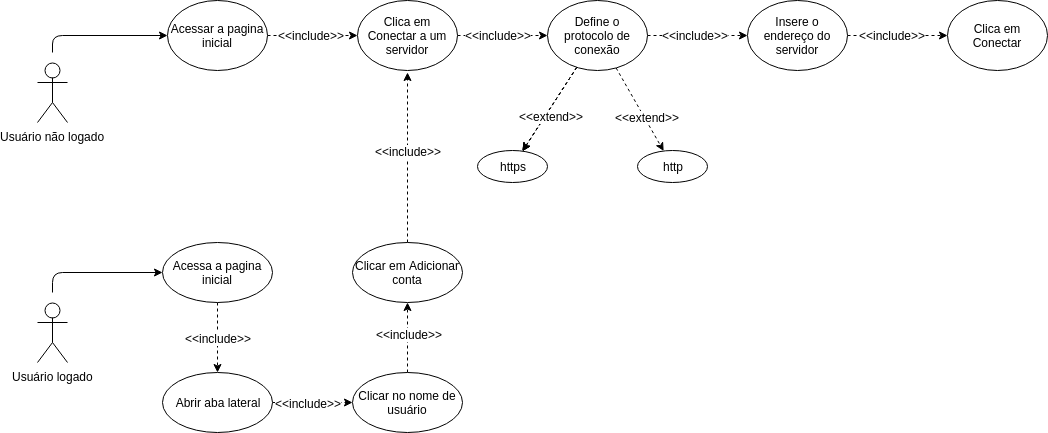
Earlier version of the draw.io export docs/img/Modelagem/conectar-servidor-v1.png (MarcosNBJ/2019.1-RocketChat). Source tidied: cells renumbered, new cells last; positions are measured from the earlier drawing's top-left corner, leaving out a move shared by most shapes. Its diagram source:
```xml
<mxGraphModel>
  <root>
    <mxCell id="0" />
    <mxCell id="1" parent="0" />
    <mxCell id="2" style="edgeStyle=orthogonalEdgeStyle;rounded=1;jettySize=auto;html=1;entryX=0;entryY=0.5;entryDx=0;entryDy=0;" parent="1" edge="1" target="6">
      <mxGeometry relative="1" as="geometry">
        <mxPoint x="15" y="52" as="sourcePoint" />
        <Array as="points">
          <mxPoint x="15" y="35" />
        </Array>
      </mxGeometry>
    </mxCell>
    <mxCell id="3" value="Usuário não logado" style="shape=umlActor;verticalLabelPosition=bottom;labelBackgroundColor=#ffffff;verticalAlign=top;html=1;" parent="1" vertex="1">
      <mxGeometry y="62" width="30" height="60" as="geometry" />
    </mxCell>
    <mxCell id="4" style="edgeStyle=orthogonalEdgeStyle;rounded=1;jettySize=auto;html=1;dashed=1;" parent="1" edge="1" source="6" target="9">
      <mxGeometry relative="1" as="geometry" />
    </mxCell>
    <mxCell id="5" value="&amp;lt;&amp;lt;include&amp;gt;&amp;gt;&lt;br&gt;" style="text;html=1;align=center;verticalAlign=middle;labelBackgroundColor=#ffffff;" parent="4" vertex="1">
      <mxGeometry x="-0.75" y="1" relative="1" as="geometry">
        <mxPoint x="32" as="offset" />
      </mxGeometry>
    </mxCell>
    <mxCell id="6" value="Acessar a pagina inicial" style="ellipse;whiteSpace=wrap;html=1;" parent="1" vertex="1">
      <mxGeometry x="130" width="100" height="70" as="geometry" />
    </mxCell>
    <mxCell id="7" style="edgeStyle=orthogonalEdgeStyle;rounded=1;jettySize=auto;html=1;dashed=1;" parent="1" edge="1" source="9" target="17">
      <mxGeometry relative="1" as="geometry" />
    </mxCell>
    <mxCell id="8" value="&amp;lt;&amp;lt;include&amp;gt;&amp;gt;" style="text;html=1;align=center;verticalAlign=middle;labelBackgroundColor=#ffffff;" parent="7" vertex="1">
      <mxGeometry x="-0.25" y="-1" relative="1" as="geometry">
        <mxPoint x="6" y="-2" as="offset" />
      </mxGeometry>
    </mxCell>
    <mxCell id="9" value="Clica em Conectar a um servidor" style="ellipse;whiteSpace=wrap;html=1;" parent="1" vertex="1">
      <mxGeometry x="320" width="100" height="70" as="geometry" />
    </mxCell>
    <mxCell id="10" style="rounded=1;jettySize=auto;html=1;dashed=1;" parent="1" edge="1" source="17" target="23">
      <mxGeometry relative="1" as="geometry" />
    </mxCell>
    <mxCell id="11" style="edgeStyle=none;rounded=1;jettySize=auto;html=1;dashed=1;" parent="1" edge="1" source="17" target="23">
      <mxGeometry relative="1" as="geometry" />
    </mxCell>
    <mxCell id="12" style="edgeStyle=none;rounded=1;jettySize=auto;html=1;dashed=1;" parent="1" edge="1" source="17" target="23">
      <mxGeometry relative="1" as="geometry" />
    </mxCell>
    <mxCell id="13" style="edgeStyle=none;rounded=1;jettySize=auto;html=1;dashed=1;" parent="1" edge="1" source="17" target="22">
      <mxGeometry relative="1" as="geometry" />
    </mxCell>
    <mxCell id="14" value="&amp;lt;&amp;lt;extend&amp;gt;&amp;gt;" style="text;html=1;align=center;verticalAlign=middle;labelBackgroundColor=#ffffff;" parent="13" vertex="1">
      <mxGeometry x="0.26" y="2" relative="1" as="geometry">
        <mxPoint x="-1" y="-2" as="offset" />
      </mxGeometry>
    </mxCell>
    <mxCell id="15" style="edgeStyle=none;rounded=1;jettySize=auto;html=1;dashed=1;" parent="1" edge="1" source="17" target="20">
      <mxGeometry relative="1" as="geometry" />
    </mxCell>
    <mxCell id="16" value="&amp;lt;&amp;lt;include&amp;gt;&amp;gt;" style="text;html=1;align=center;verticalAlign=middle;labelBackgroundColor=#ffffff;" parent="15" vertex="1">
      <mxGeometry x="-0.68" y="-1" relative="1" as="geometry">
        <mxPoint x="31" y="-2" as="offset" />
      </mxGeometry>
    </mxCell>
    <mxCell id="17" value="Define o protocolo de conexão" style="ellipse;whiteSpace=wrap;html=1;" parent="1" vertex="1">
      <mxGeometry x="510" width="100" height="70" as="geometry" />
    </mxCell>
    <mxCell id="18" style="edgeStyle=none;rounded=1;jettySize=auto;html=1;dashed=1;" parent="1" edge="1" source="20" target="21">
      <mxGeometry relative="1" as="geometry" />
    </mxCell>
    <mxCell id="19" value="&amp;lt;&amp;lt;include&amp;gt;&amp;gt;" style="text;html=1;align=center;verticalAlign=middle;labelBackgroundColor=#ffffff;" parent="18" vertex="1">
      <mxGeometry x="-0.38" y="1" relative="1" as="geometry">
        <mxPoint x="13" as="offset" />
      </mxGeometry>
    </mxCell>
    <mxCell id="20" value="Insere o endereço do servidor" style="ellipse;whiteSpace=wrap;html=1;" parent="1" vertex="1">
      <mxGeometry x="710" width="100" height="70" as="geometry" />
    </mxCell>
    <mxCell id="21" value="Clica em Conectar" style="ellipse;whiteSpace=wrap;html=1;" parent="1" vertex="1">
      <mxGeometry x="910" width="100" height="70" as="geometry" />
    </mxCell>
    <mxCell id="22" value="http" style="ellipse;whiteSpace=wrap;html=1;" parent="1" vertex="1">
      <mxGeometry x="600" y="150" width="70" height="32" as="geometry" />
    </mxCell>
    <mxCell id="23" value="https" style="ellipse;whiteSpace=wrap;html=1;" parent="1" vertex="1">
      <mxGeometry x="440" y="150" width="70" height="32" as="geometry" />
    </mxCell>
    <mxCell id="24" value="&amp;lt;&amp;lt;extend&amp;gt;&amp;gt;" style="text;html=1;align=center;verticalAlign=middle;labelBackgroundColor=#ffffff;" parent="1" vertex="1">
      <mxGeometry x="514.2" y="117.1" as="geometry">
        <mxPoint x="-1" y="-2" as="offset" />
      </mxGeometry>
    </mxCell>
    <mxCell id="25" style="edgeStyle=orthogonalEdgeStyle;rounded=1;jettySize=auto;html=1;entryX=0;entryY=0.5;entryDx=0;entryDy=0;" parent="1" edge="1" target="29">
      <mxGeometry relative="1" as="geometry">
        <mxPoint x="15" y="292" as="sourcePoint" />
        <Array as="points">
          <mxPoint x="15" y="272" />
        </Array>
      </mxGeometry>
    </mxCell>
    <mxCell id="26" value="Usuário logado" style="shape=umlActor;verticalLabelPosition=bottom;labelBackgroundColor=#ffffff;verticalAlign=top;html=1;" parent="1" vertex="1">
      <mxGeometry y="302" width="30" height="60" as="geometry" />
    </mxCell>
    <mxCell id="27" style="edgeStyle=orthogonalEdgeStyle;rounded=1;jettySize=auto;html=1;dashed=1;" parent="1" edge="1" source="29" target="32">
      <mxGeometry relative="1" as="geometry" />
    </mxCell>
    <mxCell id="28" value="&amp;lt;&amp;lt;include&amp;gt;&amp;gt;" style="text;html=1;align=center;verticalAlign=middle;labelBackgroundColor=#ffffff;" parent="27" vertex="1">
      <mxGeometry x="-0.77" relative="1" as="geometry">
        <mxPoint y="27" as="offset" />
      </mxGeometry>
    </mxCell>
    <mxCell id="29" value="Acessa a pagina inicial" style="ellipse;whiteSpace=wrap;html=1;" parent="1" vertex="1">
      <mxGeometry x="125" y="242" width="110" height="60" as="geometry" />
    </mxCell>
    <mxCell id="30" style="edgeStyle=orthogonalEdgeStyle;rounded=1;jettySize=auto;html=1;dashed=1;" parent="1" edge="1" source="32" target="34">
      <mxGeometry relative="1" as="geometry" />
    </mxCell>
    <mxCell id="31" value="&amp;lt;&amp;lt;include&amp;gt;&amp;gt;" style="text;html=1;align=center;verticalAlign=middle;labelBackgroundColor=#ffffff;" parent="30" vertex="1">
      <mxGeometry x="-0.25" y="-3" relative="1" as="geometry">
        <mxPoint x="5" y="-3" as="offset" />
      </mxGeometry>
    </mxCell>
    <mxCell id="32" value="Abrir aba lateral" style="ellipse;whiteSpace=wrap;html=1;" parent="1" vertex="1">
      <mxGeometry x="125" y="372" width="110" height="60" as="geometry" />
    </mxCell>
    <mxCell id="33" style="edgeStyle=orthogonalEdgeStyle;rounded=1;jettySize=auto;html=1;dashed=1;" parent="1" edge="1" source="34" target="37">
      <mxGeometry relative="1" as="geometry" />
    </mxCell>
    <mxCell id="34" value="Clicar no nome de usuário" style="ellipse;whiteSpace=wrap;html=1;" parent="1" vertex="1">
      <mxGeometry x="315" y="372" width="110" height="60" as="geometry" />
    </mxCell>
    <mxCell id="35" style="rounded=1;jettySize=auto;html=1;exitX=0.5;exitY=0;exitDx=0;exitDy=0;dashed=1;" parent="1" edge="1" source="37">
      <mxGeometry relative="1" as="geometry">
        <mxPoint x="370" y="72" as="targetPoint" />
      </mxGeometry>
    </mxCell>
    <mxCell id="36" value="&amp;lt;&amp;lt;include&amp;gt;&amp;gt;" style="text;html=1;align=center;verticalAlign=middle;labelBackgroundColor=#ffffff;" parent="35" vertex="1">
      <mxGeometry x="0.21" y="1" relative="1" as="geometry">
        <mxPoint x="1" y="11" as="offset" />
      </mxGeometry>
    </mxCell>
    <mxCell id="37" value="Clicar em Adicionar conta" style="ellipse;whiteSpace=wrap;html=1;" parent="1" vertex="1">
      <mxGeometry x="315" y="242" width="110" height="60" as="geometry" />
    </mxCell>
    <mxCell id="38" value="&amp;lt;&amp;lt;include&amp;gt;&amp;gt;" style="text;html=1;align=center;verticalAlign=middle;labelBackgroundColor=#ffffff;" parent="1" vertex="1">
      <mxGeometry x="370" y="322" as="geometry">
        <mxPoint x="1" y="11" as="offset" />
      </mxGeometry>
    </mxCell>
  </root>
</mxGraphModel>
```
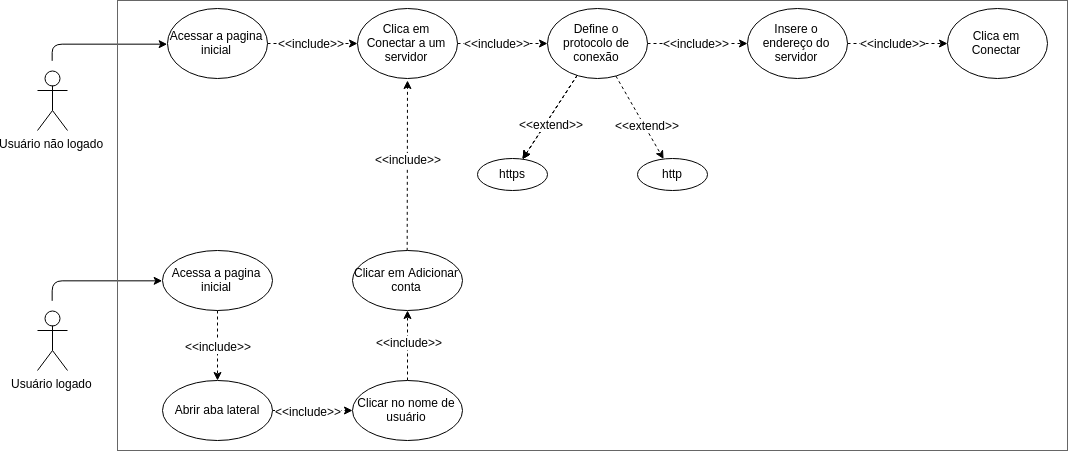
After the commit.

The edit, as a diff of the source:
```diff
@@ -145,5 +145,8 @@
         <mxPoint x="1" y="11" as="offset" />
       </mxGeometry>
     </mxCell>
+    <mxCell id="39" style="rounded=0;whiteSpace=wrap;html=1;fillColor=none;strokeColor=#666666;fontColor=#333333;" parent="1" vertex="1">
+      <mxGeometry x="80" y="-8" width="950" height="450" as="geometry" />
+    </mxCell>
   </root>
 </mxGraphModel>
```
